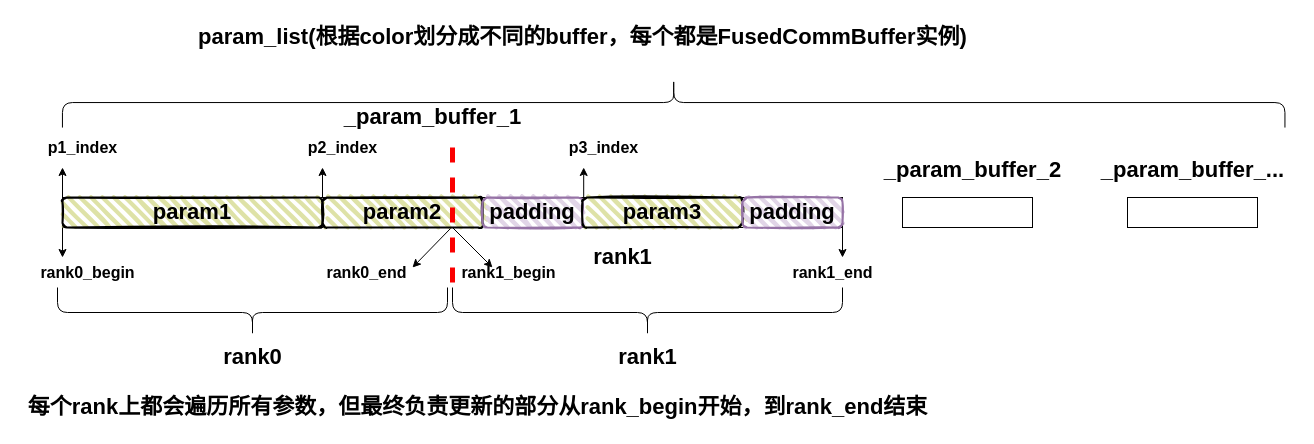
Above: drawio_images/sharding_param_grad_view.drawio in zty-king/zty-king (draw.io), before the change. Source tidied: cells renumbered, new cells numbered last; positions are measured from the earlier drawing's top-left corner, leaving out a move shared by most shapes. Both pictures are drawn from the tidied source at 100%, with x=0, y=0 at pixel (17, -509).
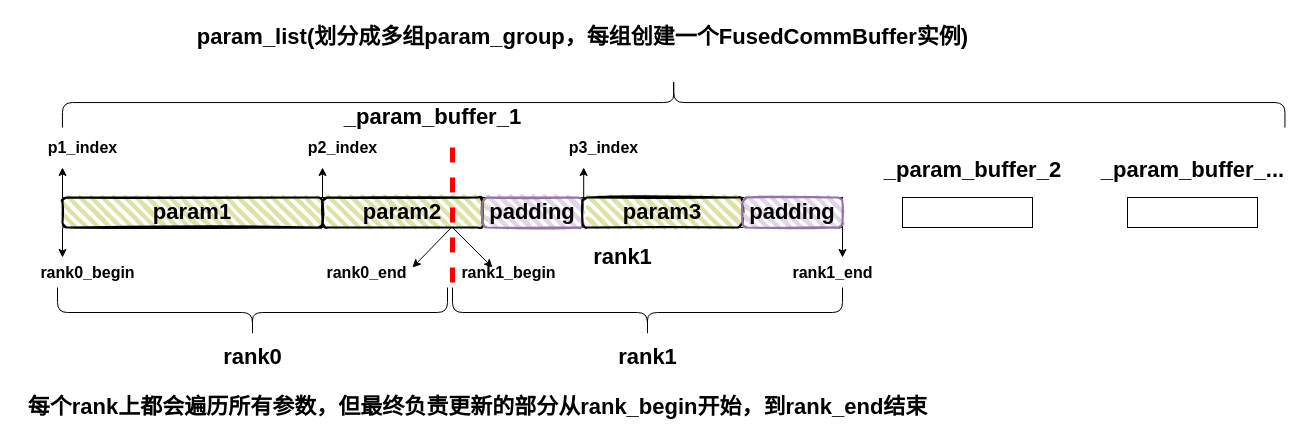
The same diagram, later.

What changed in the source:
```diff
@@
-    <mxCell id="9" value="&lt;font style=&quot;font-size: 22px;&quot;&gt;&lt;b&gt;param_list(根据color划分成不同的buffer，每个都是FusedCommBuffer实例)&lt;/b&gt;&lt;/font&gt;" style="text;html=1;align=center;verticalAlign=middle;strokeColor=none;fillColor=none;" parent="1" vertex="1">
+    <mxCell id="9" value="&lt;font style=&quot;font-size: 22px;&quot;&gt;&lt;b&gt;param_list(划分成多组param_group，每组创建一个FusedCommBuffer实例)&lt;/b&gt;&lt;/font&gt;" style="text;html=1;align=center;verticalAlign=middle;strokeColor=none;fillColor=none;" parent="1" vertex="1">
       <mxGeometry x="170" y="526" width="790" height="40" as="geometry" />
     </mxCell>
```
